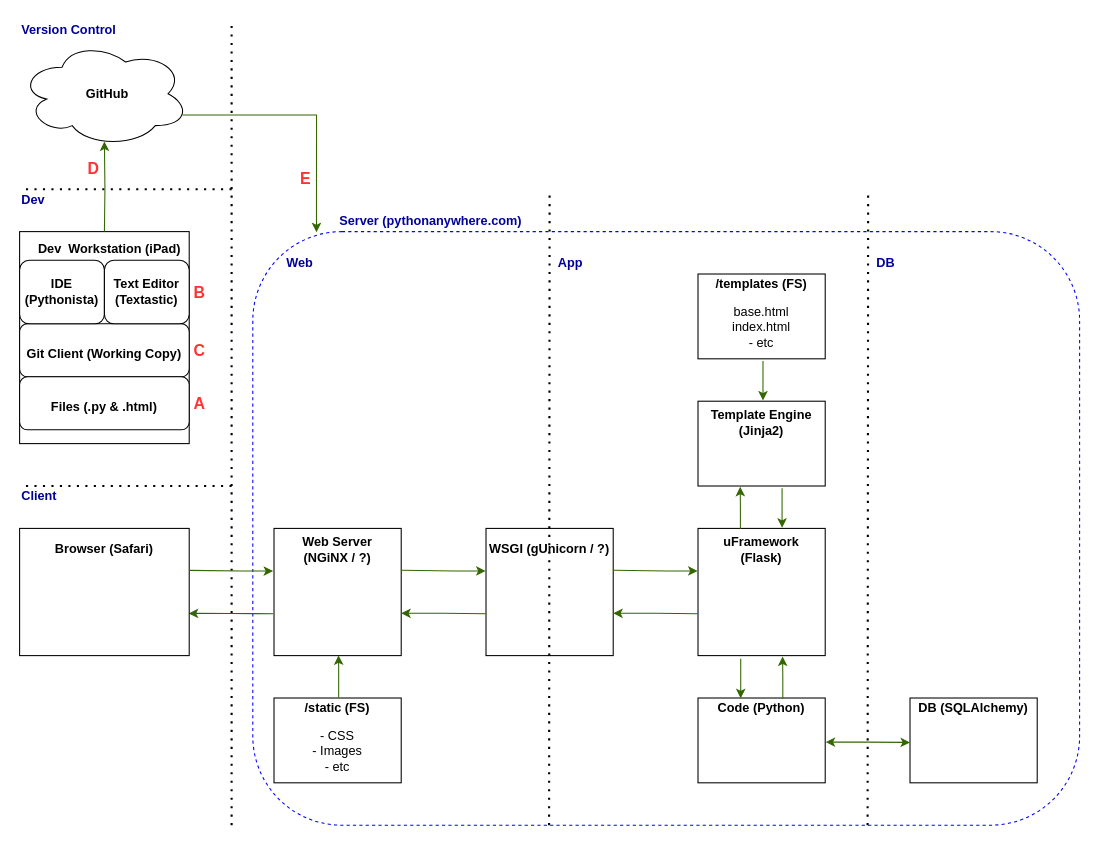
tsnellgrove/draw.io keeps this draw.io diagram as Web Flow.drawio. Above is the earlier version. Source tidied: cells renumbered, new cells numbered last; positions are measured from the earlier drawing's top-left corner, leaving out a move shared by most shapes. Both pictures are drawn from the tidied source at 106%, with x=0, y=0 at pixel (19, 19).
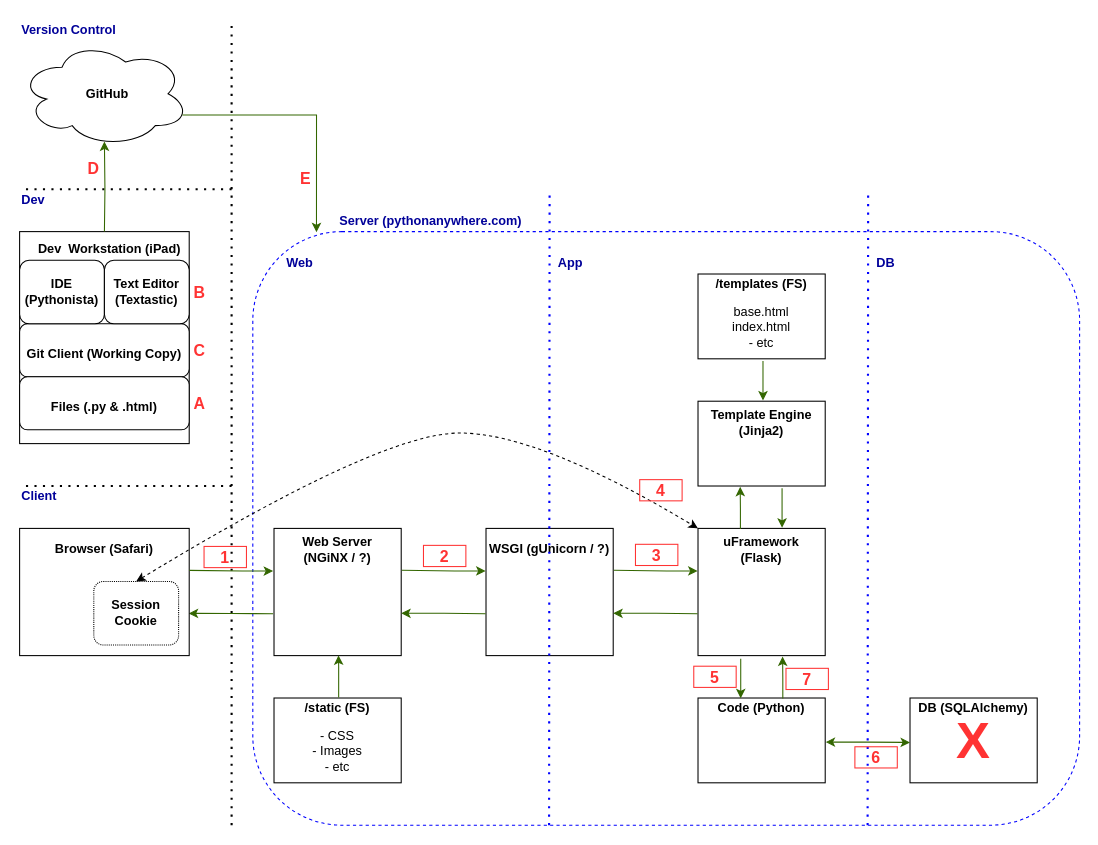
The same page after the edit.

The change refers to these unchanged cells:
```xml
<mxCell id="32" style="rounded=0;whiteSpace=wrap;html=1;" parent="1" vertex="1">
  <mxGeometry x="640" y="480" width="120" height="120" as="geometry" />
</mxCell>
```

The edit, as a diff of the source:
```diff
@@
-    <mxCell id="2" style="rounded=1;whiteSpace=wrap;html=1;fillColor=none;dashed=1;strokeColor=#0000FF;" parent="1" vertex="1">
+    <mxCell id="2" style="rounded=1;whiteSpace=wrap;html=1;fillColor=none;dashed=1;strokeColor=#0000FF;fontSize=48;" parent="1" vertex="1">
       <mxGeometry x="220" y="200" width="780" height="560" as="geometry" />
     </mxCell>
@@
-    <mxCell id="34" style="endArrow=none;dashed=1;html=1;dashPattern=1 3;strokeWidth=2;" parent="1" edge="1">
+    <mxCell id="34" style="endArrow=none;dashed=1;html=1;dashPattern=1 3;strokeWidth=2;strokeColor=#0000FF;" parent="1" edge="1">
       <mxGeometry relative="1" as="geometry">
         <mxPoint x="499.5" y="760" as="sourcePoint" />
         <mxPoint x="500" y="160" as="targetPoint" />
       </mxGeometry>
     </mxCell>
@@
-    <mxCell id="45" style="endArrow=none;dashed=1;html=1;dashPattern=1 3;strokeWidth=2;" parent="1" edge="1">
+    <mxCell id="45" style="endArrow=none;dashed=1;html=1;dashPattern=1 3;strokeWidth=2;strokeColor=#0000FF;" parent="1" edge="1">
       <mxGeometry relative="1" as="geometry">
         <mxPoint x="800" y="760" as="sourcePoint" />
         <mxPoint x="800.5" y="160" as="targetPoint" />
       </mxGeometry>
     </mxCell>
@@
+    <mxCell id="67" style="rounded=1;whiteSpace=wrap;html=1;dashed=1;dashPattern=1 1;" parent="1" vertex="1">
+      <mxGeometry x="70" y="530" width="80" height="60" as="geometry" />
+    </mxCell>
+    <mxCell id="68" value="Session&lt;br&gt;Cookie" style="text;html=1;strokeColor=none;fillColor=none;align=center;verticalAlign=middle;whiteSpace=wrap;rounded=0;fontStyle=1;" parent="1" vertex="1">
+      <mxGeometry x="70" y="550" width="80" height="20" as="geometry" />
+    </mxCell>
+    <mxCell id="69" style="curved=1;endArrow=classic;html=1;exitX=0.5;exitY=0;exitDx=0;exitDy=0;entryX=0;entryY=0;entryDx=0;entryDy=0;dashed=1;startArrow=classic;startFill=1;" parent="1" edge="1" source="67" target="32">
+      <mxGeometry relative="1" as="geometry">
+        <Array as="points">
+          <mxPoint x="340" y="390" />
+          <mxPoint x="490" y="390" />
+        </Array>
+      </mxGeometry>
+    </mxCell>
+    <mxCell id="70" value="2" style="text;html=1;fillColor=none;align=center;verticalAlign=middle;whiteSpace=wrap;rounded=0;fontSize=15;fontStyle=1;fontColor=#FF3333;strokeColor=#FF3333;" parent="1" vertex="1">
+      <mxGeometry x="381" y="496" width="40" height="20" as="geometry" />
+    </mxCell>
+    <mxCell id="71" value="1" style="text;html=1;fillColor=none;align=center;verticalAlign=middle;whiteSpace=wrap;rounded=0;fontSize=15;fontStyle=1;fontColor=#FF3333;strokeColor=#FF3333;" parent="1" vertex="1">
+      <mxGeometry x="174" y="497" width="40" height="20" as="geometry" />
+    </mxCell>
+    <mxCell id="72" value="3" style="text;html=1;fillColor=none;align=center;verticalAlign=middle;whiteSpace=wrap;rounded=0;fontSize=15;fontStyle=1;fontColor=#FF3333;strokeColor=#FF3333;" parent="1" vertex="1">
+      <mxGeometry x="581" y="495" width="40" height="20" as="geometry" />
+    </mxCell>
+    <mxCell id="73" value="4" style="text;html=1;fillColor=none;align=center;verticalAlign=middle;whiteSpace=wrap;rounded=0;fontSize=15;fontStyle=1;fontColor=#FF3333;strokeColor=#FF3333;" parent="1" vertex="1">
+      <mxGeometry x="585" y="434" width="40" height="20" as="geometry" />
+    </mxCell>
+    <mxCell id="74" value="5" style="text;html=1;fillColor=none;align=center;verticalAlign=middle;whiteSpace=wrap;rounded=0;fontSize=15;fontStyle=1;fontColor=#FF3333;strokeColor=#FF3333;" parent="1" vertex="1">
+      <mxGeometry x="636" y="610" width="40" height="20" as="geometry" />
+    </mxCell>
+    <mxCell id="75" value="6" style="text;html=1;fillColor=none;align=center;verticalAlign=middle;whiteSpace=wrap;rounded=0;fontSize=15;fontStyle=1;fontColor=#FF3333;strokeColor=#FF3333;" parent="1" vertex="1">
+      <mxGeometry x="788" y="686" width="40" height="20" as="geometry" />
+    </mxCell>
+    <mxCell id="76" value="7" style="text;html=1;fillColor=none;align=center;verticalAlign=middle;whiteSpace=wrap;rounded=0;fontSize=15;fontStyle=1;fontColor=#FF3333;strokeColor=#FF3333;" parent="1" vertex="1">
+      <mxGeometry x="723" y="612" width="40" height="20" as="geometry" />
+    </mxCell>
+    <mxCell id="77" value="X" style="text;html=1;strokeColor=none;fillColor=none;align=center;verticalAlign=middle;whiteSpace=wrap;rounded=0;dashed=1;dashPattern=1 1;fontColor=#FF3333;fontStyle=1;fontSize=48;" parent="1" vertex="1">
+      <mxGeometry x="880" y="670" width="40" height="20" as="geometry" />
+    </mxCell>
```
